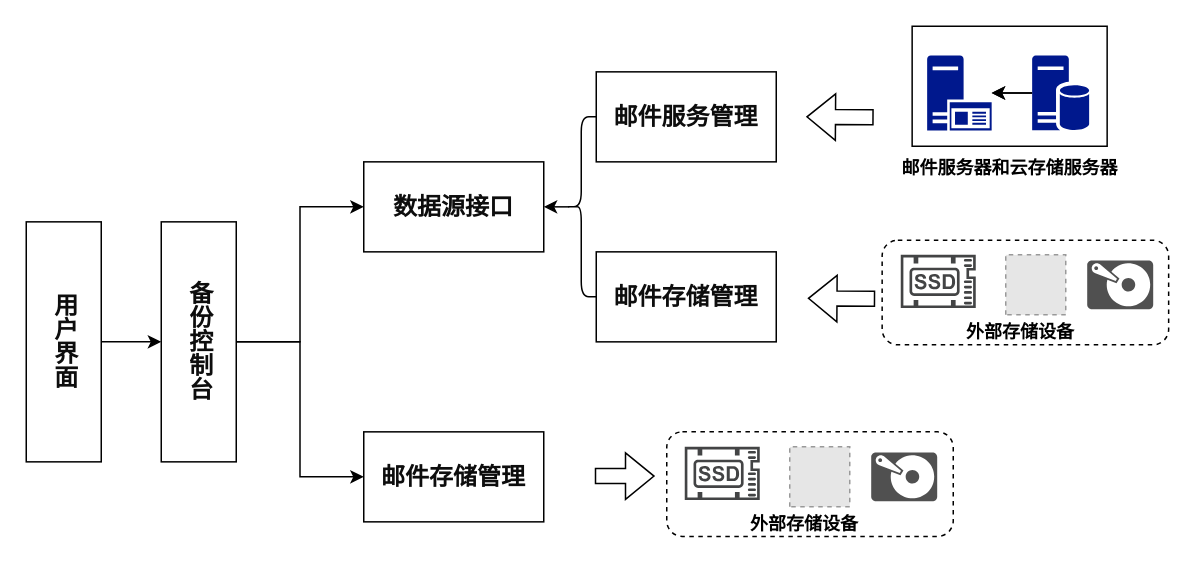
GreenTee-color/Documents keeps this draw.io diagram as page "第 4 页" (4 of 5) of 第三章关键问题.drawio. Above is the earlier version. Source tidied: cells renumbered, new cells numbered last; positions are measured from the earlier drawing's top-left corner, leaving out a move shared by most shapes. Both pictures are drawn from the tidied source at 150%, with x=0, y=0 at pixel (26, 26). Pictures stored in the file or linked from it are replaced by grey dashed boxes.
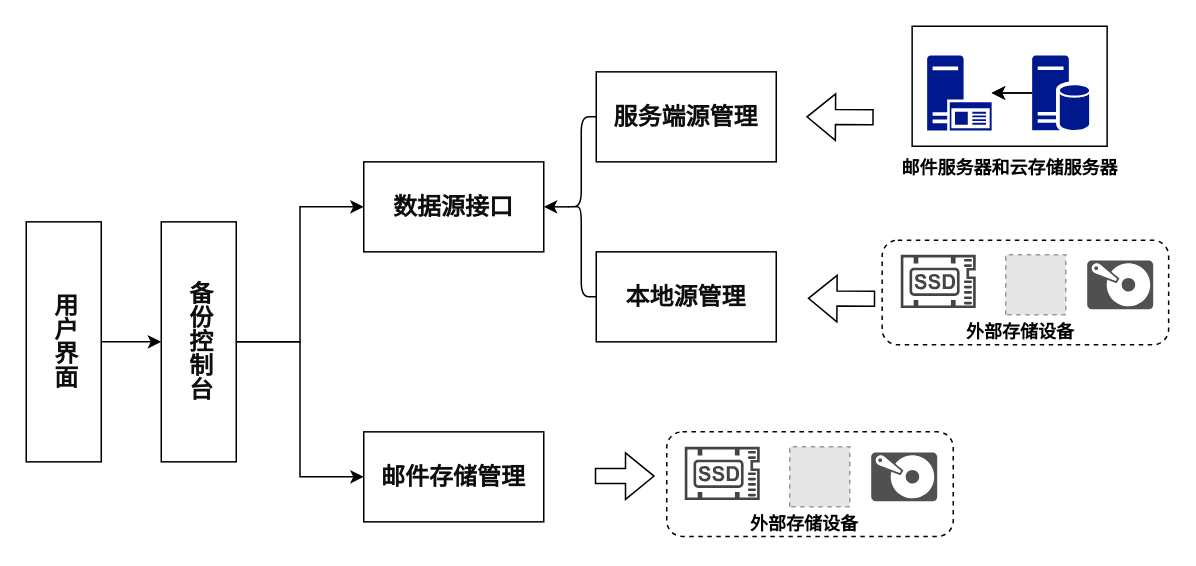
The same page after the edit.

Commit message (it also covers changes not shown here):
更新第三章关键问题.drawio

Unchanged cells that the change refers to:
```xml
<mxCell id="2" style="group;" parent="1" vertex="1">
  <mxGeometry width="761.6" height="342.4" as="geometry" />
</mxCell>
```

What changed in the source:
```diff
@@
-    <mxCell id="31" value="&lt;font face=&quot;Söhne, ui-sans-serif, system-ui, -apple-system, Segoe UI, Roboto, Ubuntu, Cantarell, Noto Sans, sans-serif, Helvetica Neue, Arial, Apple Color Emoji, Segoe UI Emoji, Segoe UI Symbol, Noto Color Emoji&quot; color=&quot;#0d0d0d&quot;&gt;&lt;span style=&quot;font-size: 16px; white-space-collapse: preserve; background-color: rgb(255, 255, 255);&quot;&gt;&lt;b&gt;邮件服务管理&lt;/b&gt;&lt;/span&gt;&lt;/font&gt;" style="rounded=0;whiteSpace=wrap;html=1;" parent="2" vertex="1">
+    <mxCell id="31" value="&lt;font face=&quot;Söhne, ui-sans-serif, system-ui, -apple-system, Segoe UI, Roboto, Ubuntu, Cantarell, Noto Sans, sans-serif, Helvetica Neue, Arial, Apple Color Emoji, Segoe UI Emoji, Segoe UI Symbol, Noto Color Emoji&quot; color=&quot;#0d0d0d&quot;&gt;&lt;span style=&quot;font-size: 16px; white-space-collapse: preserve; background-color: rgb(255, 255, 255);&quot;&gt;&lt;b&gt;服务端源管理&lt;/b&gt;&lt;/span&gt;&lt;/font&gt;" style="rounded=0;whiteSpace=wrap;html=1;" parent="2" vertex="1">
       <mxGeometry x="380" y="30.4" width="120" height="60" as="geometry" />
     </mxCell>
-    <mxCell id="32" value="&lt;div style=&quot;text-align: left;&quot;&gt;&lt;font face=&quot;Söhne, ui-sans-serif, system-ui, -apple-system, Segoe UI, Roboto, Ubuntu, Cantarell, Noto Sans, sans-serif, Helvetica Neue, Arial, Apple Color Emoji, Segoe UI Emoji, Segoe UI Symbol, Noto Color Emoji&quot; color=&quot;#0d0d0d&quot;&gt;&lt;span style=&quot;font-size: 16px; white-space-collapse: preserve; background-color: rgb(255, 255, 255);&quot;&gt;&lt;b&gt;邮件存储管理&lt;/b&gt;&lt;/span&gt;&lt;/font&gt;&lt;/div&gt;" style="rounded=0;whiteSpace=wrap;html=1;" parent="2" vertex="1">
+    <mxCell id="32" value="&lt;div style=&quot;text-align: left;&quot;&gt;&lt;font face=&quot;Söhne, ui-sans-serif, system-ui, -apple-system, Segoe UI, Roboto, Ubuntu, Cantarell, Noto Sans, sans-serif, Helvetica Neue, Arial, Apple Color Emoji, Segoe UI Emoji, Segoe UI Symbol, Noto Color Emoji&quot; color=&quot;#0d0d0d&quot;&gt;&lt;span style=&quot;font-size: 16px; white-space-collapse: preserve; background-color: rgb(255, 255, 255);&quot;&gt;&lt;b&gt;本地源管理&lt;/b&gt;&lt;/span&gt;&lt;/font&gt;&lt;/div&gt;" style="rounded=0;whiteSpace=wrap;html=1;" parent="2" vertex="1">
       <mxGeometry x="380" y="150.4" width="120" height="60" as="geometry" />
     </mxCell>
```
